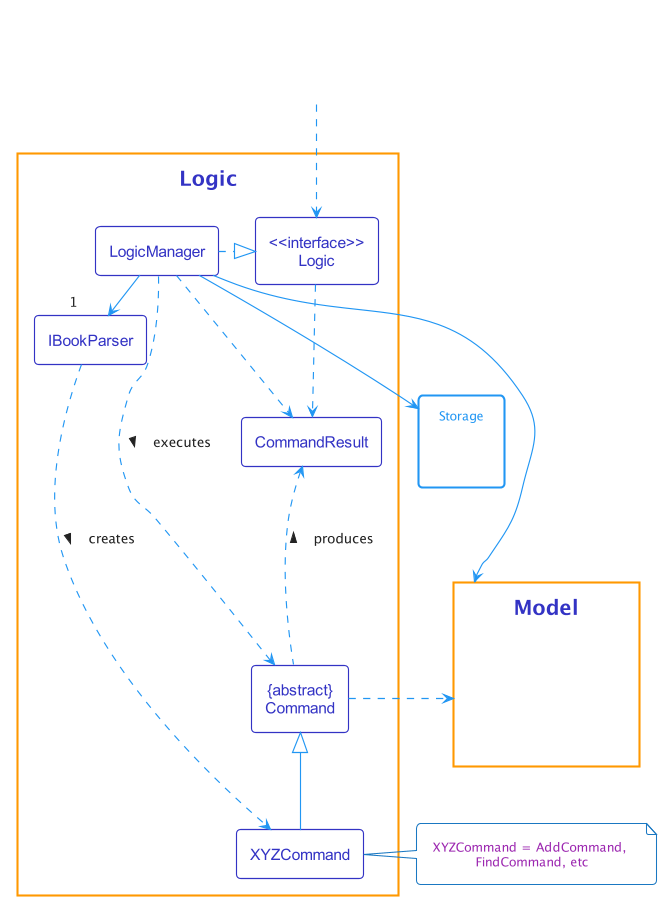
Before: docs/images/LogicClassDiagram.png, a diagram exported from PlantUML (nus-cs2103-AY2122S2/tp). The source it was exported from:
```plantuml
@startuml
!include style.puml

!$theme_color = LOGIC_COLOR

skinparam TitleFontColor $theme_color
skinparam Class {
    FontColor $theme_color
    StereotypeFontColor $theme_color
    BorderColor $theme_color
    FontColor<<Hidden>> #FFFFFF
    StereotypeFontColor<<Hidden>> #FFFFFF
    BorderColor<<Hidden>> #FFFFFF
}

package Logic {
    class IBookParser
    class XYZCommand
    class CommandResult
    class "{abstract}\nCommand" as Command


    class "<<interface>>\nLogic" as Logic
    class LogicManager
}

package Model {
    class HiddenModel<<Hidden>>
}

package Storage {
}

class HiddenOutside<<Hidden>>
HiddenOutside ..> Logic

LogicManager .right.|> Logic
LogicManager -right->"1" IBookParser
IBookParser ..> XYZCommand : creates >

XYZCommand -up-|> Command
LogicManager .left.> Command : executes >

LogicManager --> Model
LogicManager --> Storage
Storage --[hidden] Model
Command .[hidden]up.> Storage
Command .right.> Model
note right of XYZCommand: XYZCommand = AddCommand, \nFindCommand, etc

Logic ..> CommandResult
LogicManager .down.> CommandResult
Command .up.> CommandResult : produces >
@enduml
```
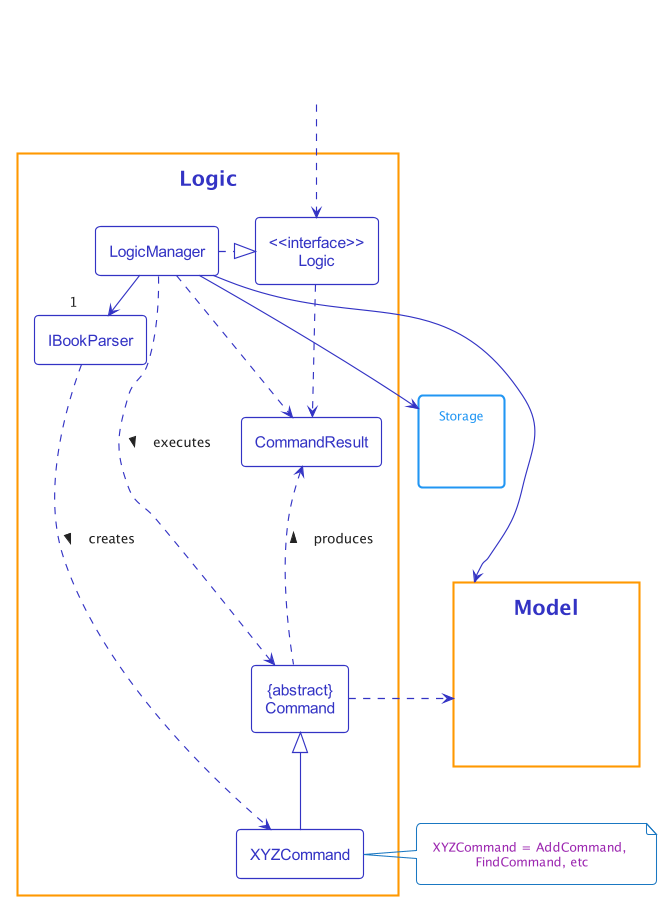
After the commit.

What changed in the source:
```diff
@@ -1,17 +1,7 @@
 @startuml
 !include style.puml
 
-!$theme_color = LOGIC_COLOR
-
-skinparam TitleFontColor $theme_color
-skinparam Class {
-    FontColor $theme_color
-    StereotypeFontColor $theme_color
-    BorderColor $theme_color
-    FontColor<<Hidden>> #FFFFFF
-    StereotypeFontColor<<Hidden>> #FFFFFF
-    BorderColor<<Hidden>> #FFFFFF
-}
+$OverrideTheme(LOGIC_COLOR)
 
 package Logic {
     class IBookParser
```
